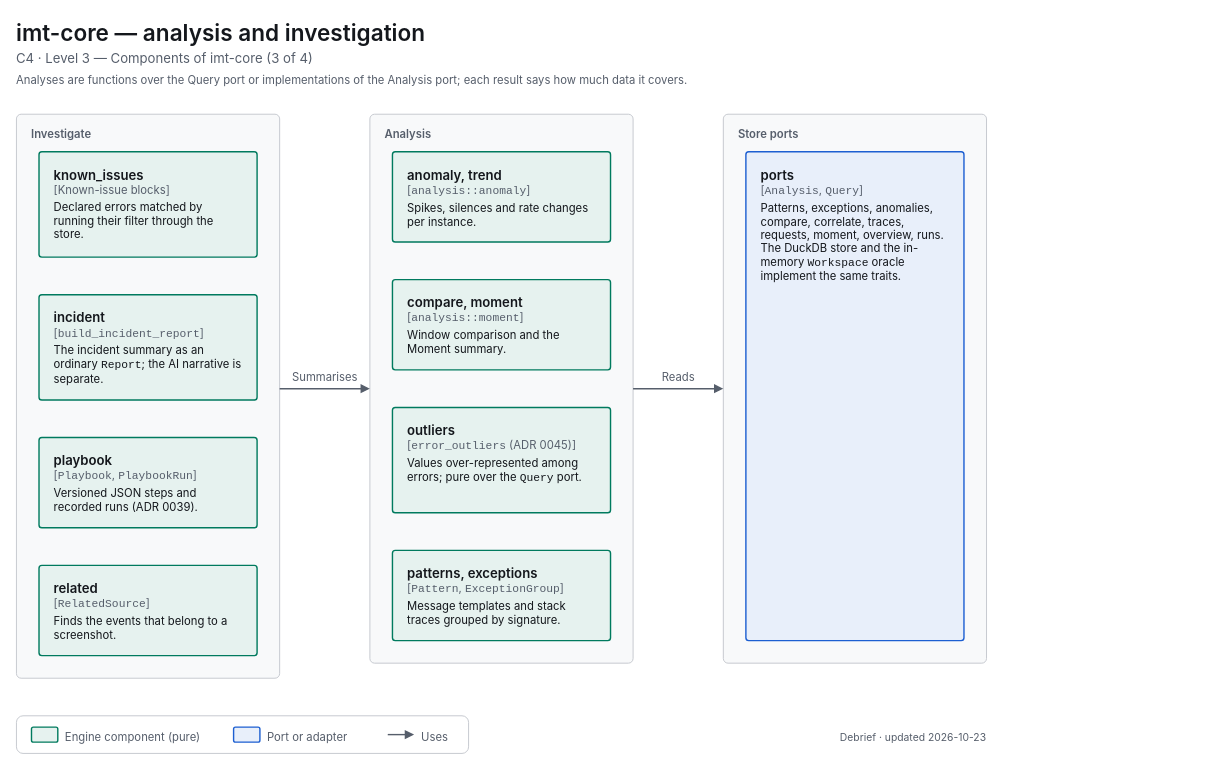
Earlier version of the draw.io diagram docs/diagrams/c4-3-engine-analysis.drawio (decryp7/integrated_maintenance_tool). Source tidied: cells renumbered, new cells numbered last; positions are measured from the earlier drawing's top-left corner, leaving out a move shared by most shapes. Both pictures are drawn from the tidied source at 94%, with x=0, y=0 at pixel (16, 16).
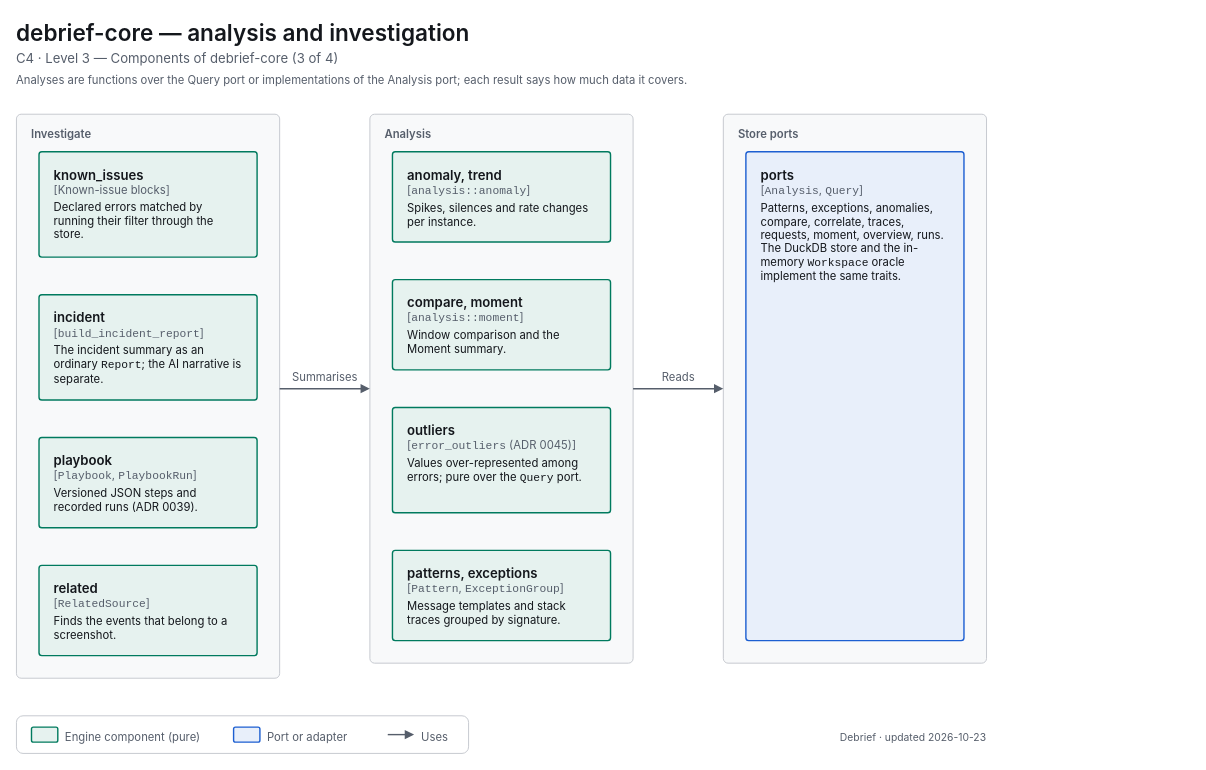
The same diagram, later.

Diff of the diagram source:
```diff
@@
-    <mxCell id="2" value="&lt;span style=&quot;font-size:24px;font-weight:600&quot;&gt;imt-core — analysis and investigation&lt;/span&gt;" style="html=1;whiteSpace=wrap;fontFamily=-apple-system,BlinkMacSystemFont,Segoe UI,system-ui,sans-serif;fontSize=12;fontColor=light-dark(#14171C,#ECEEF1);text;strokeColor=none;fillColor=none;align=left;verticalAlign=top;spacing=0;fontColor=light-dark(#14171C,#ECEEF1);" parent="1" vertex="1">
+    <mxCell id="2" value="&lt;span style=&quot;font-size:24px;font-weight:600&quot;&gt;debrief-core — analysis and investigation&lt;/span&gt;" style="html=1;whiteSpace=wrap;fontFamily=-apple-system,BlinkMacSystemFont,Segoe UI,system-ui,sans-serif;fontSize=12;fontColor=light-dark(#14171C,#ECEEF1);text;strokeColor=none;fillColor=none;align=left;verticalAlign=top;spacing=0;fontColor=light-dark(#14171C,#ECEEF1);" parent="1" vertex="1">
       <mxGeometry width="1248" height="32" as="geometry" />
     </mxCell>
-    <mxCell id="3" value="&lt;span style=&quot;font-size:14px;font-weight:400&quot;&gt;C4 · Level 3 — Components of imt-core (3 of 4)&lt;/span&gt;" style="html=1;whiteSpace=wrap;fontFamily=-apple-system,BlinkMacSystemFont,Segoe UI,system-ui,sans-serif;fontSize=12;fontColor=light-dark(#14171C,#ECEEF1);text;strokeColor=none;fillColor=none;align=left;verticalAlign=top;spacing=0;fontColor=light-dark(#565E6B,#A0A7B2);" parent="1" vertex="1">
+    <mxCell id="3" value="&lt;span style=&quot;font-size:14px;font-weight:400&quot;&gt;C4 · Level 3 — Components of debrief-core (3 of 4)&lt;/span&gt;" style="html=1;whiteSpace=wrap;fontFamily=-apple-system,BlinkMacSystemFont,Segoe UI,system-ui,sans-serif;fontSize=12;fontColor=light-dark(#14171C,#ECEEF1);text;strokeColor=none;fillColor=none;align=left;verticalAlign=top;spacing=0;fontColor=light-dark(#565E6B,#A0A7B2);" parent="1" vertex="1">
       <mxGeometry y="32" width="1248" height="24" as="geometry" />
     </mxCell>
```
